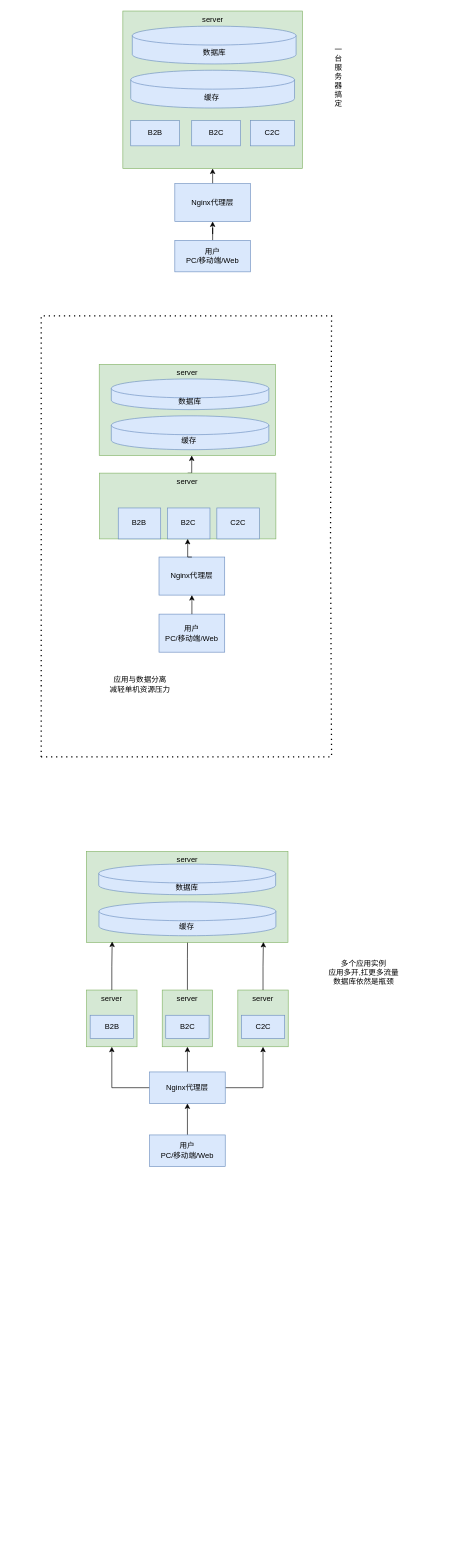
This is 单体应用.drawio from wei63w/ArchitectureDiagram, a draw.io file, before an edit. Source tidied: cells renumbered, new cells numbered last; positions are measured from the earlier drawing's top-left corner, leaving out a move shared by most shapes. Both pictures are drawn from the tidied source at 63%, with x=0, y=0 at pixel (30, 11).
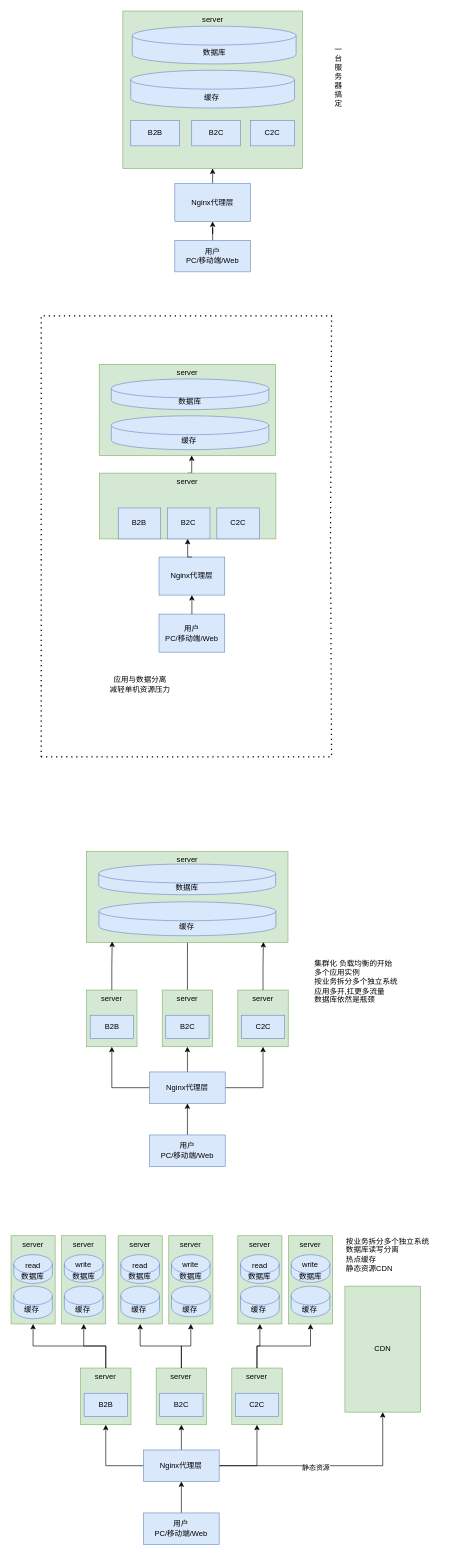
The same diagram, later.

Commit message (it also covers changes not shown here):
更新单体应用.drawio

What changed in the source:
```diff
@@
-    <mxCell id="55" value="多个应用实例&lt;div&gt;应用多开,扛更多流量&lt;/div&gt;&lt;div&gt;数据库依然是瓶颈&lt;/div&gt;" style="text;html=1;whiteSpace=wrap;strokeColor=none;fillColor=none;align=center;verticalAlign=middle;rounded=0;" parent="1" vertex="1">
-      <mxGeometry x="450" y="1498.5" width="160" height="55.5" as="geometry" />
+    <mxCell id="55" value="&lt;div&gt;集群化 负载均衡的开始&lt;/div&gt;多个应用实例&lt;div&gt;按业务拆分多个独立系统&lt;br&gt;&lt;div&gt;应用多开,扛更多流量&lt;/div&gt;&lt;div&gt;数据库依然是瓶颈&lt;/div&gt;&lt;/div&gt;" style="text;html=1;whiteSpace=wrap;strokeColor=none;fillColor=none;align=left;verticalAlign=middle;rounded=0;" parent="1" vertex="1">
+      <mxGeometry x="450" y="1498.5" width="160" height="85.5" as="geometry" />
     </mxCell>
+    <mxCell id="56" style="edgeStyle=orthogonalEdgeStyle;rounded=0;jettySize=auto;html=1;exitX=0.5;exitY=0;exitDx=0;exitDy=0;entryX=0.5;entryY=1;entryDx=0;entryDy=0;" parent="1" edge="1" source="57" target="64">
+      <mxGeometry relative="1" as="geometry" />
+    </mxCell>
+    <mxCell id="57" value="用户&lt;div&gt;PC/移动端/Web&lt;/div&gt;" style="rounded=0;whiteSpace=wrap;html=1;fillColor=#dae8fc;strokeColor=#6c8ebf;" parent="1" vertex="1">
+      <mxGeometry x="180.4" y="2384" width="120" height="50" as="geometry" />
+    </mxCell>
+    <mxCell id="58" style="edgeStyle=orthogonalEdgeStyle;rounded=0;jettySize=auto;html=1;exitX=0.5;exitY=0;exitDx=0;exitDy=0;" parent="1" edge="1" source="64">
+      <mxGeometry relative="1" as="geometry">
+        <mxPoint x="240.7" y="2283.8" as="targetPoint" />
+      </mxGeometry>
+    </mxCell>
+    <mxCell id="59" style="edgeStyle=orthogonalEdgeStyle;rounded=0;jettySize=auto;html=1;exitX=0;exitY=0.5;exitDx=0;exitDy=0;entryX=0.5;entryY=1;entryDx=0;entryDy=0;" parent="1" edge="1" source="64" target="66">
+      <mxGeometry relative="1" as="geometry" />
+    </mxCell>
+    <mxCell id="60" style="edgeStyle=orthogonalEdgeStyle;rounded=0;jettySize=auto;html=1;exitX=0.5;exitY=0;exitDx=0;exitDy=0;entryX=0.5;entryY=1;entryDx=0;entryDy=0;" parent="1" edge="1" source="64" target="69">
+      <mxGeometry relative="1" as="geometry" />
+    </mxCell>
+    <mxCell id="61" style="edgeStyle=orthogonalEdgeStyle;rounded=0;jettySize=auto;html=1;exitX=1;exitY=0.5;exitDx=0;exitDy=0;entryX=0.5;entryY=1;entryDx=0;entryDy=0;" parent="1" edge="1" source="64" target="72">
+      <mxGeometry relative="1" as="geometry" />
+    </mxCell>
+    <mxCell id="62" style="edgeStyle=orthogonalEdgeStyle;rounded=0;jettySize=auto;html=1;exitX=1;exitY=0.5;exitDx=0;exitDy=0;entryX=0.5;entryY=1;entryDx=0;entryDy=0;" parent="1" edge="1" source="64" target="74">
+      <mxGeometry relative="1" as="geometry" />
+    </mxCell>
+    <mxCell id="63" value="静态资源" style="edgeLabel;html=1;align=center;verticalAlign=middle;" parent="62" vertex="1">
+      <mxGeometry x="-0.11" y="-3" relative="1" as="geometry" />
+    </mxCell>
+    <mxCell id="64" value="Nginx代理层" style="rounded=0;whiteSpace=wrap;html=1;fillColor=#dae8fc;strokeColor=#6c8ebf;" parent="1" vertex="1">
+      <mxGeometry x="180.4" y="2284" width="120" height="50" as="geometry" />
+    </mxCell>
+    <mxCell id="65" style="group;" parent="1" vertex="1">
+      <mxGeometry x="80.4" y="2154" width="80" height="90" as="geometry" />
+    </mxCell>
+    <mxCell id="66" value="server" style="rounded=0;whiteSpace=wrap;html=1;fillColor=#d5e8d4;strokeColor=#82b366;verticalAlign=top;" parent="65" vertex="1">
+      <mxGeometry width="80" height="90" as="geometry" />
+    </mxCell>
+    <mxCell id="67" value="B2B" style="rounded=0;whiteSpace=wrap;html=1;fillColor=#dae8fc;strokeColor=#6c8ebf;" parent="65" vertex="1">
+      <mxGeometry x="5.6" y="40" width="68.8" height="36.8" as="geometry" />
+    </mxCell>
+    <mxCell id="68" style="group;" parent="1" vertex="1">
+      <mxGeometry x="200.4" y="2154" width="80" height="90" as="geometry" />
+    </mxCell>
+    <mxCell id="69" value="server" style="rounded=0;whiteSpace=wrap;html=1;fillColor=#d5e8d4;strokeColor=#82b366;verticalAlign=top;" parent="68" vertex="1">
+      <mxGeometry width="80" height="90" as="geometry" />
+    </mxCell>
+    <mxCell id="70" value="B2C" style="rounded=0;whiteSpace=wrap;html=1;fillColor=#dae8fc;strokeColor=#6c8ebf;" parent="68" vertex="1">
+      <mxGeometry x="5.6" y="40" width="68.8" height="36.8" as="geometry" />
+    </mxCell>
+    <mxCell id="71" style="group;" parent="1" vertex="1">
+      <mxGeometry x="320.4" y="2154" width="80" height="90" as="geometry" />
+    </mxCell>
+    <mxCell id="72" value="server" style="rounded=0;whiteSpace=wrap;html=1;fillColor=#d5e8d4;strokeColor=#82b366;verticalAlign=top;" parent="71" vertex="1">
+      <mxGeometry width="80" height="90" as="geometry" />
+    </mxCell>
+    <mxCell id="73" value="C2C" style="rounded=0;whiteSpace=wrap;html=1;fillColor=#dae8fc;strokeColor=#6c8ebf;" parent="71" vertex="1">
+      <mxGeometry x="5.6" y="40" width="68.8" height="36.8" as="geometry" />
+    </mxCell>
+    <mxCell id="74" value="CDN" style="rounded=0;whiteSpace=wrap;html=1;fillColor=#d5e8d4;strokeColor=#82b366;" parent="1" vertex="1">
+      <mxGeometry x="500" y="2024" width="120" height="200" as="geometry" />
+    </mxCell>
+    <mxCell id="75" value="&lt;div&gt;按业务拆分多个独立系统&lt;/div&gt;数据库读写分离&lt;div&gt;热点缓存&lt;/div&gt;&lt;div style=&quot;&quot;&gt;静态资源CDN&lt;/div&gt;" style="text;html=1;whiteSpace=wrap;strokeColor=none;fillColor=none;align=left;verticalAlign=middle;rounded=0;" parent="1" vertex="1">
+      <mxGeometry x="500" y="1944" width="150" height="59" as="geometry" />
+    </mxCell>
+    <mxCell id="76" style="group;" parent="1" vertex="1">
+      <mxGeometry x="-30" y="1934" width="150.4" height="150" as="geometry" />
+    </mxCell>
+    <mxCell id="77" style="group;" parent="76" vertex="1">
+      <mxGeometry y="40" width="70" height="110" as="geometry" />
+    </mxCell>
+    <mxCell id="78" value="server" style="rounded=0;whiteSpace=wrap;html=1;fillColor=#d5e8d4;strokeColor=#82b366;verticalAlign=top;" parent="77" vertex="1">
+      <mxGeometry y="-30" width="70" height="140" as="geometry" />
+    </mxCell>
+    <mxCell id="79" value="缓存&lt;span style=&quot;white-space: pre;&quot;&gt;&#9;&lt;/span&gt;" style="shape=cylinder3;whiteSpace=wrap;html=1;boundedLbl=1;backgroundOutline=1;size=15;fillColor=#dae8fc;strokeColor=#6c8ebf;" parent="77" vertex="1">
+      <mxGeometry x="4.3" y="50" width="61.4" height="51.7" as="geometry" />
+    </mxCell>
+    <mxCell id="80" value="数据库" style="shape=cylinder3;whiteSpace=wrap;html=1;boundedLbl=1;backgroundOutline=1;size=15;fillColor=#dae8fc;strokeColor=#6c8ebf;" parent="77" vertex="1">
+      <mxGeometry x="4.3" width="61.4" height="45.7" as="geometry" />
+    </mxCell>
+    <mxCell id="81" value="read" style="text;html=1;whiteSpace=wrap;strokeColor=none;fillColor=none;align=center;verticalAlign=middle;rounded=0;" parent="77" vertex="1">
+      <mxGeometry x="15.9" y="10" width="38.2" height="16.5" as="geometry" />
+    </mxCell>
+    <mxCell id="82" style="group;" parent="76" vertex="1">
+      <mxGeometry x="80.4" width="70" height="150" as="geometry" />
+    </mxCell>
+    <mxCell id="83" value="server" style="rounded=0;whiteSpace=wrap;html=1;fillColor=#d5e8d4;strokeColor=#82b366;verticalAlign=top;" parent="82" vertex="1">
+      <mxGeometry y="10" width="70" height="140" as="geometry" />
+    </mxCell>
+    <mxCell id="84" value="缓存&lt;span style=&quot;white-space: pre;&quot;&gt;&#9;&lt;/span&gt;" style="shape=cylinder3;whiteSpace=wrap;html=1;boundedLbl=1;backgroundOutline=1;size=15;fillColor=#dae8fc;strokeColor=#6c8ebf;" parent="82" vertex="1">
+      <mxGeometry x="4.3" y="90" width="61.4" height="48.7" as="geometry" />
+    </mxCell>
+    <mxCell id="85" value="数据库" style="shape=cylinder3;whiteSpace=wrap;html=1;boundedLbl=1;backgroundOutline=1;size=15;fillColor=#dae8fc;strokeColor=#6c8ebf;" parent="82" vertex="1">
+      <mxGeometry x="4.3" y="40" width="61.4" height="44.1" as="geometry" />
+    </mxCell>
+    <mxCell id="86" value="write" style="text;html=1;whiteSpace=wrap;strokeColor=none;fillColor=none;align=center;verticalAlign=middle;rounded=0;" parent="82" vertex="1">
+      <mxGeometry x="17.9" y="40" width="34.1" height="31.4" as="geometry" />
+    </mxCell>
+    <mxCell id="87" style="group;" parent="1" vertex="1">
+      <mxGeometry x="140" y="1934" width="150.4" height="150" as="geometry" />
+    </mxCell>
+    <mxCell id="88" style="group;" parent="87" vertex="1">
+      <mxGeometry y="40" width="70" height="110" as="geometry" />
+    </mxCell>
+    <mxCell id="89" value="server" style="rounded=0;whiteSpace=wrap;html=1;fillColor=#d5e8d4;strokeColor=#82b366;verticalAlign=top;" parent="88" vertex="1">
+      <mxGeometry y="-30" width="70" height="140" as="geometry" />
+    </mxCell>
+    <mxCell id="90" value="缓存&lt;span style=&quot;white-space: pre;&quot;&gt;&#9;&lt;/span&gt;" style="shape=cylinder3;whiteSpace=wrap;html=1;boundedLbl=1;backgroundOutline=1;size=15;fillColor=#dae8fc;strokeColor=#6c8ebf;" parent="88" vertex="1">
+      <mxGeometry x="4.3" y="50" width="61.4" height="51.7" as="geometry" />
+    </mxCell>
+    <mxCell id="91" value="数据库" style="shape=cylinder3;whiteSpace=wrap;html=1;boundedLbl=1;backgroundOutline=1;size=15;fillColor=#dae8fc;strokeColor=#6c8ebf;" parent="88" vertex="1">
+      <mxGeometry x="4.3" width="61.4" height="45.7" as="geometry" />
+    </mxCell>
+    <mxCell id="92" value="read" style="text;html=1;whiteSpace=wrap;strokeColor=none;fillColor=none;align=center;verticalAlign=middle;rounded=0;" parent="88" vertex="1">
+      <mxGeometry x="15.9" y="10" width="38.2" height="16.5" as="geometry" />
+    </mxCell>
+    <mxCell id="93" style="group;" parent="87" vertex="1">
+      <mxGeometry x="80.4" width="70" height="150" as="geometry" />
+    </mxCell>
+    <mxCell id="94" value="server" style="rounded=0;whiteSpace=wrap;html=1;fillColor=#d5e8d4;strokeColor=#82b366;verticalAlign=top;" parent="93" vertex="1">
+      <mxGeometry y="10" width="70" height="140" as="geometry" />
+    </mxCell>
+    <mxCell id="95" value="缓存&lt;span style=&quot;white-space: pre;&quot;&gt;&#9;&lt;/span&gt;" style="shape=cylinder3;whiteSpace=wrap;html=1;boundedLbl=1;backgroundOutline=1;size=15;fillColor=#dae8fc;strokeColor=#6c8ebf;" parent="93" vertex="1">
+      <mxGeometry x="4.3" y="90" width="61.4" height="48.7" as="geometry" />
+    </mxCell>
+    <mxCell id="96" value="数据库" style="shape=cylinder3;whiteSpace=wrap;html=1;boundedLbl=1;backgroundOutline=1;size=15;fillColor=#dae8fc;strokeColor=#6c8ebf;" parent="93" vertex="1">
+      <mxGeometry x="4.3" y="40" width="61.4" height="44.1" as="geometry" />
+    </mxCell>
+    <mxCell id="97" value="write" style="text;html=1;whiteSpace=wrap;strokeColor=none;fillColor=none;align=center;verticalAlign=middle;rounded=0;" parent="93" vertex="1">
+      <mxGeometry x="17.9" y="40" width="34.1" height="31.4" as="geometry" />
+    </mxCell>
+    <mxCell id="98" style="group;" parent="1" vertex="1">
+      <mxGeometry x="330" y="1934" width="150.4" height="150" as="geometry" />
+    </mxCell>
+    <mxCell id="99" style="group;" parent="98" vertex="1">
+      <mxGeometry y="40" width="70" height="110" as="geometry" />
+    </mxCell>
+    <mxCell id="100" value="server" style="rounded=0;whiteSpace=wrap;html=1;fillColor=#d5e8d4;strokeColor=#82b366;verticalAlign=top;" parent="99" vertex="1">
+      <mxGeometry y="-30" width="70" height="140" as="geometry" />
+    </mxCell>
+    <mxCell id="101" value="缓存&lt;span style=&quot;white-space: pre;&quot;&gt;&#9;&lt;/span&gt;" style="shape=cylinder3;whiteSpace=wrap;html=1;boundedLbl=1;backgroundOutline=1;size=15;fillColor=#dae8fc;strokeColor=#6c8ebf;" parent="99" vertex="1">
+      <mxGeometry x="4.3" y="50" width="61.4" height="51.7" as="geometry" />
+    </mxCell>
+    <mxCell id="102" value="数据库" style="shape=cylinder3;whiteSpace=wrap;html=1;boundedLbl=1;backgroundOutline=1;size=15;fillColor=#dae8fc;strokeColor=#6c8ebf;" parent="99" vertex="1">
+      <mxGeometry x="4.3" width="61.4" height="45.7" as="geometry" />
+    </mxCell>
+    <mxCell id="103" value="read" style="text;html=1;whiteSpace=wrap;strokeColor=none;fillColor=none;align=center;verticalAlign=middle;rounded=0;" parent="99" vertex="1">
+      <mxGeometry x="15.9" y="10" width="38.2" height="16.5" as="geometry" />
+    </mxCell>
+    <mxCell id="104" style="group;" parent="98" vertex="1">
+      <mxGeometry x="80.4" width="70" height="150" as="geometry" />
+    </mxCell>
+    <mxCell id="105" value="server" style="rounded=0;whiteSpace=wrap;html=1;fillColor=#d5e8d4;strokeColor=#82b366;verticalAlign=top;" parent="104" vertex="1">
+      <mxGeometry y="10" width="70" height="140" as="geometry" />
+    </mxCell>
+    <mxCell id="106" value="缓存&lt;span style=&quot;white-space: pre;&quot;&gt;&#9;&lt;/span&gt;" style="shape=cylinder3;whiteSpace=wrap;html=1;boundedLbl=1;backgroundOutline=1;size=15;fillColor=#dae8fc;strokeColor=#6c8ebf;" parent="104" vertex="1">
+      <mxGeometry x="4.3" y="90" width="61.4" height="48.7" as="geometry" />
+    </mxCell>
+    <mxCell id="107" value="数据库" style="shape=cylinder3;whiteSpace=wrap;html=1;boundedLbl=1;backgroundOutline=1;size=15;fillColor=#dae8fc;strokeColor=#6c8ebf;" parent="104" vertex="1">
+      <mxGeometry x="4.3" y="40" width="61.4" height="44.1" as="geometry" />
+    </mxCell>
+    <mxCell id="108" value="write" style="text;html=1;whiteSpace=wrap;strokeColor=none;fillColor=none;align=center;verticalAlign=middle;rounded=0;" parent="104" vertex="1">
+      <mxGeometry x="17.9" y="40" width="34.1" height="31.4" as="geometry" />
+    </mxCell>
+    <mxCell id="109" style="edgeStyle=orthogonalEdgeStyle;rounded=0;jettySize=auto;html=1;exitX=0.5;exitY=0;exitDx=0;exitDy=0;entryX=0.5;entryY=1;entryDx=0;entryDy=0;" parent="1" edge="1" source="66" target="78">
+      <mxGeometry relative="1" as="geometry" />
+    </mxCell>
+    <mxCell id="110" style="edgeStyle=orthogonalEdgeStyle;rounded=0;jettySize=auto;html=1;exitX=0.5;exitY=0;exitDx=0;exitDy=0;entryX=0.5;entryY=1;entryDx=0;entryDy=0;" parent="1" edge="1" source="66" target="83">
+      <mxGeometry relative="1" as="geometry" />
+    </mxCell>
+    <mxCell id="111" style="edgeStyle=orthogonalEdgeStyle;rounded=0;jettySize=auto;html=1;exitX=0.5;exitY=0;exitDx=0;exitDy=0;entryX=0.5;entryY=1;entryDx=0;entryDy=0;" parent="1" edge="1" source="69" target="89">
+      <mxGeometry relative="1" as="geometry" />
+    </mxCell>
+    <mxCell id="112" style="edgeStyle=orthogonalEdgeStyle;rounded=0;jettySize=auto;html=1;exitX=0.5;exitY=0;exitDx=0;exitDy=0;entryX=0.5;entryY=1;entryDx=0;entryDy=0;" parent="1" edge="1" source="72" target="105">
+      <mxGeometry relative="1" as="geometry" />
+    </mxCell>
+    <mxCell id="113" style="edgeStyle=orthogonalEdgeStyle;rounded=0;jettySize=auto;html=1;exitX=0.5;exitY=0;exitDx=0;exitDy=0;entryX=0.5;entryY=1;entryDx=0;entryDy=0;" parent="1" edge="1" source="69" target="94">
+      <mxGeometry relative="1" as="geometry" />
+    </mxCell>
+    <mxCell id="114" style="edgeStyle=orthogonalEdgeStyle;rounded=0;jettySize=auto;html=1;exitX=0.5;exitY=0;exitDx=0;exitDy=0;entryX=0.5;entryY=1;entryDx=0;entryDy=0;" parent="1" edge="1" source="72" target="100">
+      <mxGeometry relative="1" as="geometry" />
+    </mxCell>
```
